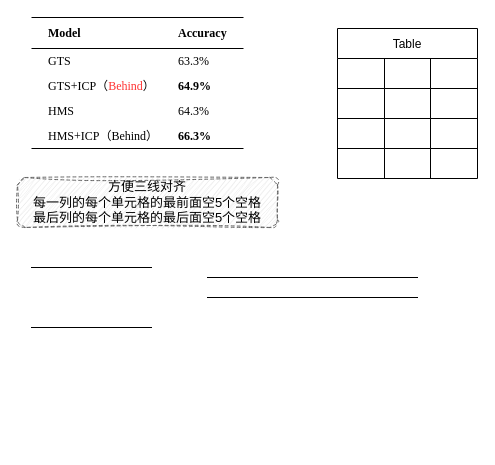
Above: page "三线表" (2 of 4) of 模板库.drawio in haitao9833/haitaoGallery (draw.io), before the change. Source tidied: cells renumbered, new cells numbered last; positions are measured from the earlier drawing's top-left corner, leaving out a move shared by most shapes. Both pictures are drawn from the tidied source at 100%, with x=0, y=0 at pixel (17, 17).
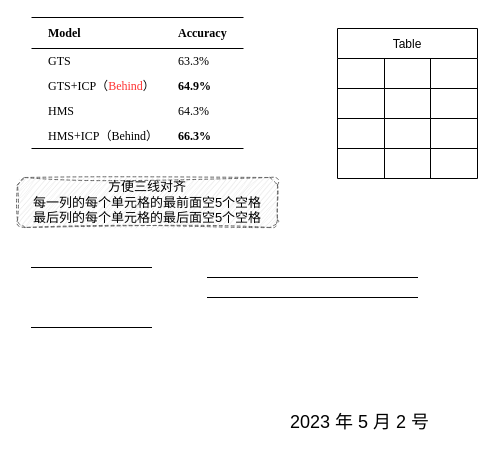
After the change.

Change to the diagram source:
```diff
@@
+    <mxCell id="35" value="2023 年 5 月 2 号" style="text;html=1;strokeColor=none;fillColor=none;align=center;verticalAlign=middle;whiteSpace=wrap;rounded=0;fontFamily=Lucida Calligraphy;fontStyle=0;fontSize=18;" parent="1" vertex="1">
+      <mxGeometry x="265" y="380" width="155" height="50" as="geometry" />
+    </mxCell>
```
